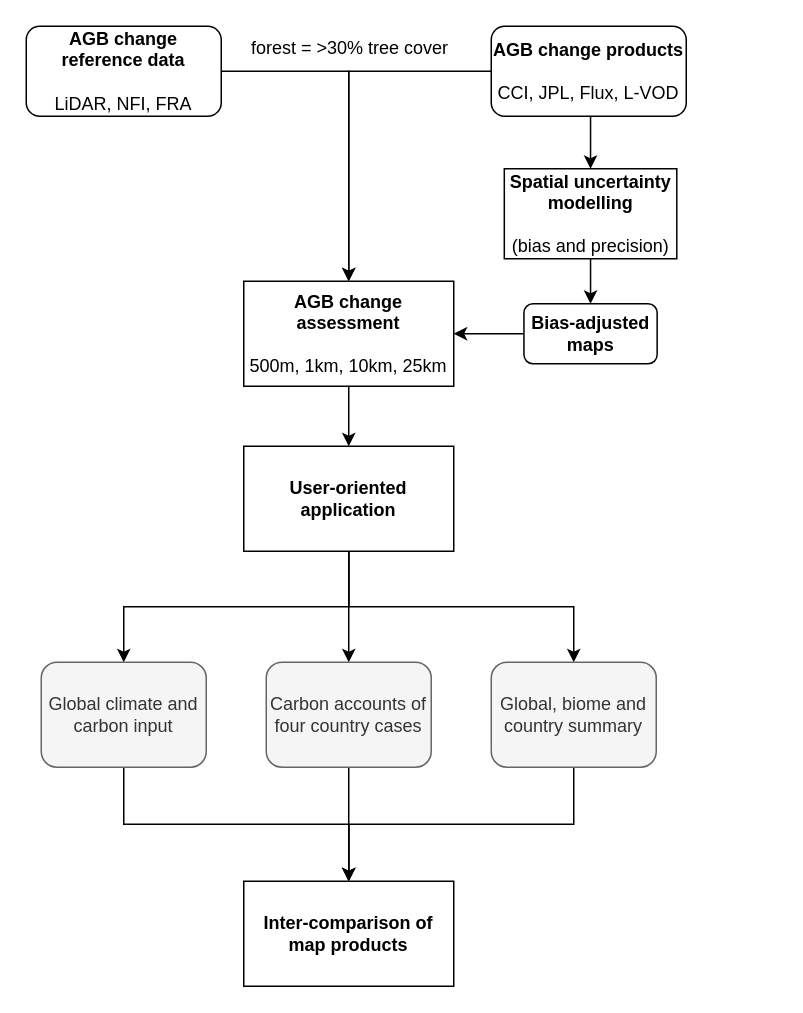
Earlier version of the draw.io diagram paper2.drawio (arnanaraza/diagrams). Source tidied: cells renumbered, new cells numbered last; positions are measured from the earlier drawing's top-left corner, leaving out a move shared by most shapes. Both pictures are drawn from the tidied source at 150%, with x=0, y=0 at pixel (26, 26).
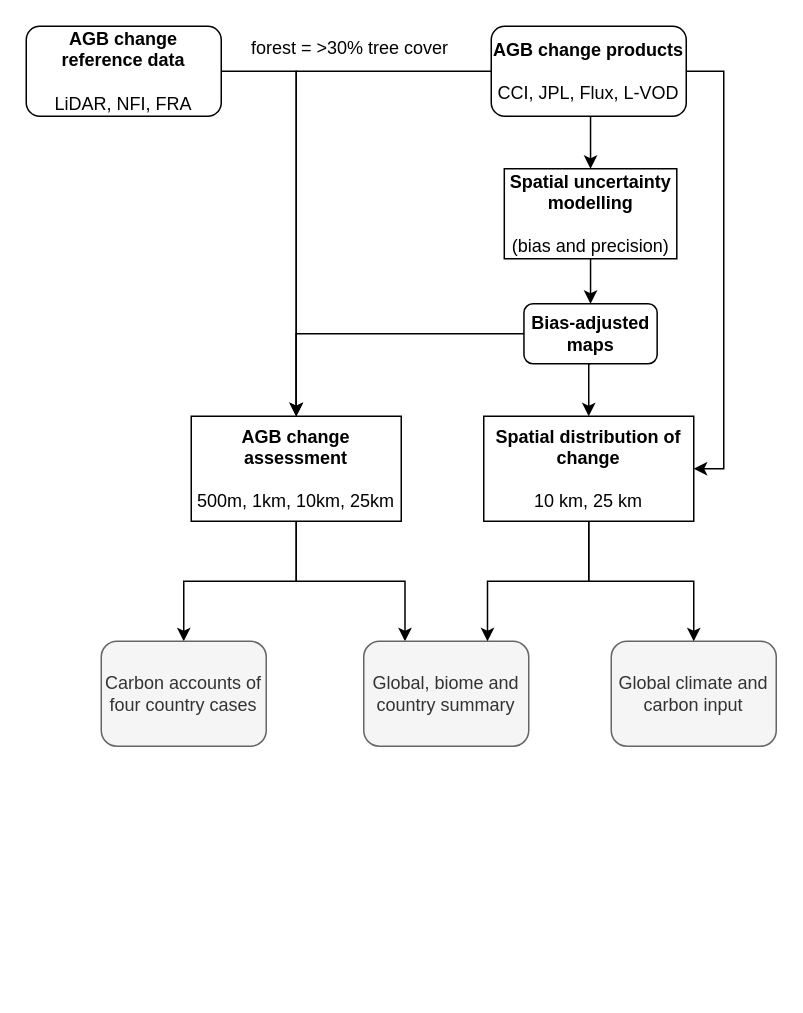
The same diagram, later.

The change refers to these unchanged cells:
```xml
<mxCell id="3" value="&lt;b style=&quot;font-family: &amp;#34;helvetica&amp;#34;&quot;&gt;AGB change reference data&lt;/b&gt;&lt;br style=&quot;font-family: &amp;#34;helvetica&amp;#34;&quot;&gt;&lt;br style=&quot;font-family: &amp;#34;helvetica&amp;#34;&quot;&gt;&lt;span style=&quot;font-family: &amp;#34;helvetica&amp;#34;&quot;&gt;LiDAR, NFI, FRA&lt;/span&gt;" style="rounded=1;whiteSpace=wrap;html=1;shadow=0;glass=0;sketch=0;" parent="1" vertex="1">
  <mxGeometry width="130" height="60" as="geometry" />
</mxCell>
<mxCell id="6" value="&lt;b&gt;AGB change products&lt;br&gt;&lt;/b&gt;&lt;br&gt;CCI, JPL, Flux, L-VOD&lt;span style=&quot;font-family: &amp;#34;helvetica&amp;#34;&quot;&gt;&lt;br&gt;&lt;/span&gt;" style="rounded=1;whiteSpace=wrap;html=1;" parent="1" vertex="1">
  <mxGeometry x="310" width="130" height="60" as="geometry" />
</mxCell>
<mxCell id="8" value="&lt;b&gt;Bias-adjusted maps&lt;br&gt;&lt;/b&gt;" style="rounded=1;whiteSpace=wrap;html=1;" parent="1" vertex="1">
  <mxGeometry x="331.8" y="185" width="88.8" height="40" as="geometry" />
</mxCell>
```

The edit, as a diff of the source:
```diff
@@
-    <mxCell id="2" style="edgeStyle=orthogonalEdgeStyle;rounded=0;jettySize=auto;html=1;exitX=1;exitY=0.5;exitDx=0;exitDy=0;entryX=0.5;entryY=0;entryDx=0;entryDy=0;" parent="1" edge="1" source="3" target="10">
+    <mxCell id="2" style="edgeStyle=orthogonalEdgeStyle;rounded=0;jettySize=auto;html=1;exitX=1;exitY=0.5;exitDx=0;exitDy=0;entryX=0.5;entryY=0;entryDx=0;entryDy=0;" parent="1" edge="1" source="3" target="14">
       <mxGeometry relative="1" as="geometry" />
     </mxCell>
@@
-    <mxCell id="4" style="edgeStyle=orthogonalEdgeStyle;rounded=0;jettySize=auto;html=1;exitX=0;exitY=0.5;exitDx=0;exitDy=0;entryX=0.5;entryY=0;entryDx=0;entryDy=0;" parent="1" edge="1" source="6" target="10">
-      <mxGeometry relative="1" as="geometry" />
-    </mxCell>
@@
+    <mxCell id="25" style="edgeStyle=orthogonalEdgeStyle;rounded=0;jettySize=auto;html=1;exitX=0;exitY=0.5;exitDx=0;exitDy=0;entryX=0.5;entryY=0;entryDx=0;entryDy=0;" parent="1" edge="1" source="6" target="14">
+      <mxGeometry relative="1" as="geometry" />
+    </mxCell>
+    <mxCell id="26" style="edgeStyle=orthogonalEdgeStyle;rounded=0;jettySize=auto;html=1;exitX=1;exitY=0.5;exitDx=0;exitDy=0;entryX=1;entryY=0.5;entryDx=0;entryDy=0;" parent="1" edge="1" source="6" target="31">
+      <mxGeometry relative="1" as="geometry" />
+    </mxCell>
@@
-    <mxCell id="7" style="edgeStyle=orthogonalEdgeStyle;rounded=0;jettySize=auto;html=1;exitX=0;exitY=0.5;exitDx=0;exitDy=0;entryX=1;entryY=0.5;entryDx=0;entryDy=0;" parent="1" edge="1" source="8" target="10">
-      <mxGeometry relative="1" as="geometry" />
-    </mxCell>
+    <mxCell id="27" style="edgeStyle=orthogonalEdgeStyle;rounded=0;jettySize=auto;html=1;exitX=0.5;exitY=1;exitDx=0;exitDy=0;entryX=0.5;entryY=0;entryDx=0;entryDy=0;" parent="1" edge="1" source="8" target="31">
+      <mxGeometry relative="1" as="geometry" />
+    </mxCell>
+    <mxCell id="28" style="edgeStyle=orthogonalEdgeStyle;rounded=0;jettySize=auto;html=1;exitX=0;exitY=0.5;exitDx=0;exitDy=0;entryX=0.5;entryY=0;entryDx=0;entryDy=0;" parent="1" edge="1" source="8" target="14">
+      <mxGeometry relative="1" as="geometry" />
+    </mxCell>
@@
-    <mxCell id="9" style="edgeStyle=orthogonalEdgeStyle;rounded=0;jettySize=auto;html=1;exitX=0.5;exitY=1;exitDx=0;exitDy=0;entryX=0.5;entryY=0;entryDx=0;entryDy=0;" parent="1" edge="1" source="10" target="14">
-      <mxGeometry relative="1" as="geometry" />
-    </mxCell>
-    <mxCell id="10" value="&lt;b&gt;AGB change assessment&lt;/b&gt;&lt;br&gt;&lt;br&gt;500m, 1km, 10km, 25km" style="rounded=0;whiteSpace=wrap;html=1;" parent="1" vertex="1">
-      <mxGeometry x="145" y="170" width="140" height="70" as="geometry" />
-    </mxCell>
@@
-    <mxCell id="12" style="edgeStyle=orthogonalEdgeStyle;rounded=0;jettySize=auto;html=1;exitX=0.5;exitY=1;exitDx=0;exitDy=0;entryX=0.5;entryY=0;entryDx=0;entryDy=0;" parent="1" edge="1" source="14" target="21">
-      <mxGeometry relative="1" as="geometry" />
-    </mxCell>
-    <mxCell id="13" style="edgeStyle=orthogonalEdgeStyle;rounded=0;jettySize=auto;html=1;exitX=0.5;exitY=1;exitDx=0;exitDy=0;entryX=0.5;entryY=0;entryDx=0;entryDy=0;" parent="1" edge="1" source="14" target="23">
+    <mxCell id="13" style="edgeStyle=orthogonalEdgeStyle;rounded=0;jettySize=auto;html=1;exitX=0.5;exitY=1;exitDx=0;exitDy=0;entryX=0.25;entryY=0;entryDx=0;entryDy=0;" parent="1" edge="1" source="14" target="23">
       <mxGeometry relative="1" as="geometry" />
     </mxCell>
-    <mxCell id="14" value="&lt;b&gt;User-oriented application&lt;/b&gt;" style="rounded=0;whiteSpace=wrap;html=1;" parent="1" vertex="1">
-      <mxGeometry x="145" y="280" width="140" height="70" as="geometry" />
+    <mxCell id="14" value="&lt;b&gt;AGB change assessment&lt;/b&gt;&lt;br&gt;&lt;br&gt;500m, 1km, 10km, 25km" style="rounded=0;whiteSpace=wrap;html=1;" parent="1" vertex="1">
+      <mxGeometry x="110" y="260" width="140" height="70" as="geometry" />
     </mxCell>
@@
-    <mxCell id="18" style="edgeStyle=orthogonalEdgeStyle;rounded=0;jettySize=auto;html=1;exitX=0.5;exitY=1;exitDx=0;exitDy=0;entryX=0.5;entryY=0;entryDx=0;entryDy=0;" parent="1" edge="1" source="19" target="24">
-      <mxGeometry relative="1" as="geometry" />
-    </mxCell>
     <mxCell id="19" value="Carbon accounts of four country cases" style="rounded=1;whiteSpace=wrap;html=1;fillColor=#f5f5f5;strokeColor=#666666;fontColor=#333333;" parent="1" vertex="1">
-      <mxGeometry x="160" y="424" width="110" height="70" as="geometry" />
+      <mxGeometry x="50" y="410" width="110" height="70" as="geometry" />
     </mxCell>
-    <mxCell id="20" style="edgeStyle=orthogonalEdgeStyle;rounded=0;jettySize=auto;html=1;exitX=0.5;exitY=1;exitDx=0;exitDy=0;entryX=0.5;entryY=0;entryDx=0;entryDy=0;" parent="1" edge="1" source="21" target="24">
-      <mxGeometry relative="1" as="geometry" />
-    </mxCell>
-    <mxCell id="21" value="Global climate and carbon input" style="rounded=1;whiteSpace=wrap;html=1;fillColor=#f5f5f5;strokeColor=#666666;fontColor=#333333;" parent="1" vertex="1">
-      <mxGeometry x="10" y="424" width="110" height="70" as="geometry" />
+    <mxCell id="21" value="&lt;span style=&quot;font-family: &amp;#34;helvetica&amp;#34;&quot;&gt;Global climate and carbon input&lt;/span&gt;" style="rounded=1;whiteSpace=wrap;html=1;fillColor=#f5f5f5;strokeColor=#666666;fontColor=#333333;" parent="1" vertex="1">
+      <mxGeometry x="390" y="410" width="110" height="70" as="geometry" />
     </mxCell>
-    <mxCell id="22" style="edgeStyle=orthogonalEdgeStyle;rounded=0;jettySize=auto;html=1;exitX=0.5;exitY=1;exitDx=0;exitDy=0;entryX=0.5;entryY=0;entryDx=0;entryDy=0;" parent="1" edge="1" source="23" target="24">
-      <mxGeometry relative="1" as="geometry" />
-    </mxCell>
-    <mxCell id="23" value="Global, biome and country summary" style="rounded=1;whiteSpace=wrap;html=1;fillColor=#f5f5f5;strokeColor=#666666;fontColor=#333333;" parent="1" vertex="1">
-      <mxGeometry x="310" y="424" width="110" height="70" as="geometry" />
+    <mxCell id="23" value="&lt;span&gt;Global, biome and country summary&lt;/span&gt;" style="rounded=1;whiteSpace=wrap;html=1;fillColor=#f5f5f5;strokeColor=#666666;fontColor=#333333;" parent="1" vertex="1">
+      <mxGeometry x="225" y="410" width="110" height="70" as="geometry" />
     </mxCell>
-    <mxCell id="24" value="&lt;b&gt;I&lt;/b&gt;&lt;b style=&quot;font-family: &amp;#34;helvetica&amp;#34;&quot;&gt;nter-comparison of map products&lt;/b&gt;" style="rounded=0;whiteSpace=wrap;html=1;" parent="1" vertex="1">
-      <mxGeometry x="145" y="570" width="140" height="70" as="geometry" />
-    </mxCell>
+    <mxCell id="29" style="edgeStyle=orthogonalEdgeStyle;rounded=0;jettySize=auto;html=1;exitX=0.5;exitY=1;exitDx=0;exitDy=0;" parent="1" edge="1" source="31" target="21">
+      <mxGeometry relative="1" as="geometry" />
+    </mxCell>
+    <mxCell id="30" style="edgeStyle=orthogonalEdgeStyle;rounded=0;jettySize=auto;html=1;exitX=0.5;exitY=1;exitDx=0;exitDy=0;entryX=0.75;entryY=0;entryDx=0;entryDy=0;" parent="1" edge="1" source="31" target="23">
+      <mxGeometry relative="1" as="geometry" />
+    </mxCell>
+    <mxCell id="31" value="&lt;b&gt;Spatial distribution of change&lt;/b&gt;&lt;br&gt;&lt;br&gt;10 km, 25 km" style="rounded=0;whiteSpace=wrap;html=1;" parent="1" vertex="1">
+      <mxGeometry x="305" y="260" width="140" height="70" as="geometry" />
+    </mxCell>
```
